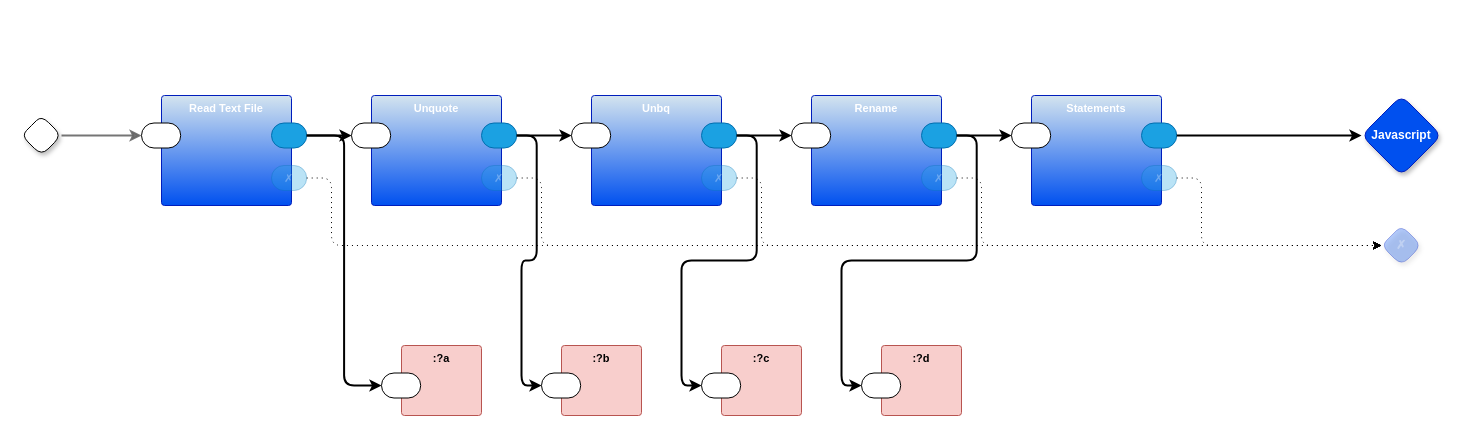
guitarvydas/p6 keeps this draw.io diagram as page "main" (1 of 5) of p6.drawio. Above is the earlier version. Source tidied: cells renumbered, new cells numbered last; positions are measured from the earlier drawing's top-left corner, leaving out a move shared by most shapes. Both pictures are drawn from the tidied source at 100%, with x=0, y=0 at pixel (21, 95).
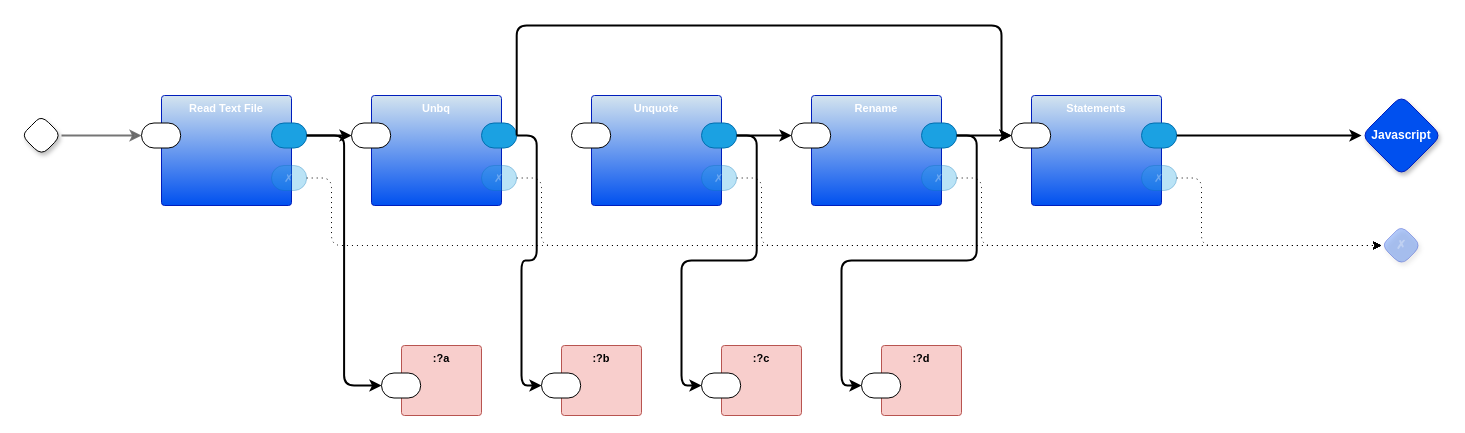
After the change.

Commit message (it also covers changes not shown here):
debugging unbq ; add space as a special char in .ohms

The change refers to these unchanged cells:
```xml
<mxCell id="15" style="rounded=1;whiteSpace=wrap;html=1;sketch=0;points=[[0,0.5,0,0,0],[1,0.5,0,0,0]];fillColor=#1ba1e2;fontColor=#ffffff;strokeColor=#006EAF;arcSize=50;fontFamily=Helvetica;fontSize=11;" parent="12" vertex="1">
  <mxGeometry x="110" y="27.5" width="35.2" height="25" as="geometry" />
</mxCell>
<mxCell id="18" style="rounded=1;whiteSpace=wrap;html=1;sketch=0;points=[[0,0.5,0,0,0],[1,0.5,0,0,0]];arcSize=50;fontFamily=Helvetica;fontSize=11;fontColor=default;" parent="17" vertex="1">
  <mxGeometry x="-20" y="27.5" width="39.2" height="25" as="geometry" />
</mxCell>
<mxCell id="30" style="rounded=1;whiteSpace=wrap;html=1;sketch=0;points=[[0,0.5,0,0,0],[1,0.5,0,0,0]];arcSize=50;fontFamily=Helvetica;fontSize=11;fontColor=default;" parent="29" vertex="1">
  <mxGeometry x="-20" y="27.5" width="39.2" height="25" as="geometry" />
</mxCell>
```

What changed in the source:
```diff
@@
-    <mxCell id="12" value="Unquote" style="rounded=1;whiteSpace=wrap;html=1;sketch=0;verticalAlign=top;arcSize=6;fontStyle=1;absoluteArcSize=1;shadow=0;strokeColor=#001DBC;fillColor=#D4E4EF;fontColor=#ffffff;fontFamily=Helvetica;fontSize=11;gradientColor=#0050EF;" parent="1" vertex="1">
+    <mxCell id="12" value="Unbq" style="rounded=1;whiteSpace=wrap;html=1;sketch=0;verticalAlign=top;arcSize=6;fontStyle=1;absoluteArcSize=1;shadow=0;strokeColor=#001DBC;fillColor=#D4E4EF;fontColor=#ffffff;fontFamily=Helvetica;fontSize=11;gradientColor=#0050EF;" parent="1" vertex="1">
       <mxGeometry x="350" width="130" height="110" as="geometry" />
     </mxCell>
@@
-    <mxCell id="17" value="Unbq" style="rounded=1;whiteSpace=wrap;html=1;sketch=0;verticalAlign=top;arcSize=6;fontStyle=1;absoluteArcSize=1;shadow=0;strokeColor=#001DBC;fillColor=#D4E4EF;fontColor=#ffffff;fontFamily=Helvetica;fontSize=11;gradientColor=#0050EF;" parent="1" vertex="1">
+    <mxCell id="17" value="Unquote" style="rounded=1;whiteSpace=wrap;html=1;sketch=0;verticalAlign=top;arcSize=6;fontStyle=1;absoluteArcSize=1;shadow=0;strokeColor=#001DBC;fillColor=#D4E4EF;fontColor=#ffffff;fontFamily=Helvetica;fontSize=11;gradientColor=#0050EF;" parent="1" vertex="1">
       <mxGeometry x="570" width="130" height="110" as="geometry" />
     </mxCell>
@@
-    <mxCell id="21" style="edgeStyle=orthogonalEdgeStyle;shape=connector;curved=0;rounded=1;jettySize=auto;html=1;exitX=1;exitY=0.5;exitDx=0;exitDy=0;exitPerimeter=0;entryX=0;entryY=0.5;entryDx=0;entryDy=0;entryPerimeter=0;strokeColor=default;strokeWidth=2;align=center;verticalAlign=middle;fontFamily=Helvetica;fontSize=11;fontColor=default;labelBackgroundColor=default;endArrow=classic;" parent="1" edge="1" source="15" target="18">
-      <mxGeometry relative="1" as="geometry" />
+    <mxCell id="21" style="edgeStyle=orthogonalEdgeStyle;shape=connector;curved=0;rounded=1;jettySize=auto;html=1;exitX=1;exitY=0.5;exitDx=0;exitDy=0;exitPerimeter=0;strokeColor=default;strokeWidth=2;align=center;verticalAlign=middle;fontFamily=Helvetica;fontSize=11;fontColor=default;labelBackgroundColor=default;endArrow=classic;entryX=0;entryY=0.5;entryDx=0;entryDy=0;entryPerimeter=0;" parent="1" edge="1" source="15" target="30">
+      <mxGeometry relative="1" as="geometry">
+        <Array as="points">
+          <mxPoint x="495" y="-70" />
+          <mxPoint x="980" y="-70" />
+          <mxPoint x="980" y="40" />
+        </Array>
+      </mxGeometry>
     </mxCell>
```
